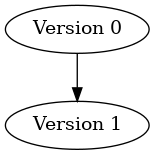
This is TehniciWeb/Project/scripts/diagram.png from theodormoroianu/FirstYearCourses, a Graphviz export, as it was before one commit. Its source is kept beside it as TehniciWeb/Project/scripts/diagram.gv.
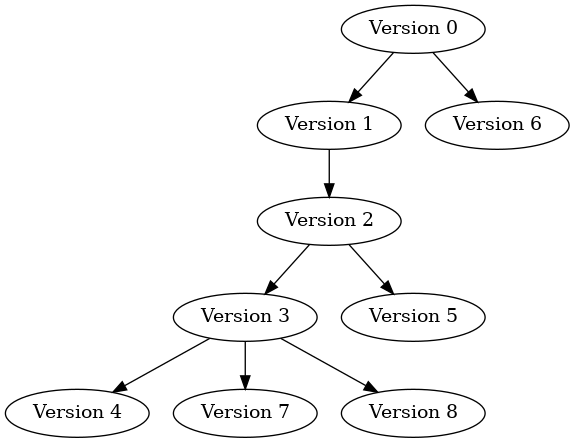
Later version of the same file.

Diff of the diagram source:
```diff
@@ -1,5 +1,19 @@
 digraph G {
     "Version 0";
     "Version 1";
+    "Version 2";
+    "Version 3";
+    "Version 4";
+    "Version 5";
+    "Version 6";
+    "Version 7";
+    "Version 8";
     "Version 0" -> "Version 1";
+    "Version 1" -> "Version 2";
+    "Version 2" -> "Version 3";
+    "Version 3" -> "Version 4";
+    "Version 2" -> "Version 5";
+    "Version 0" -> "Version 6";
+    "Version 3" -> "Version 7";
+    "Version 3" -> "Version 8";
 }
```
